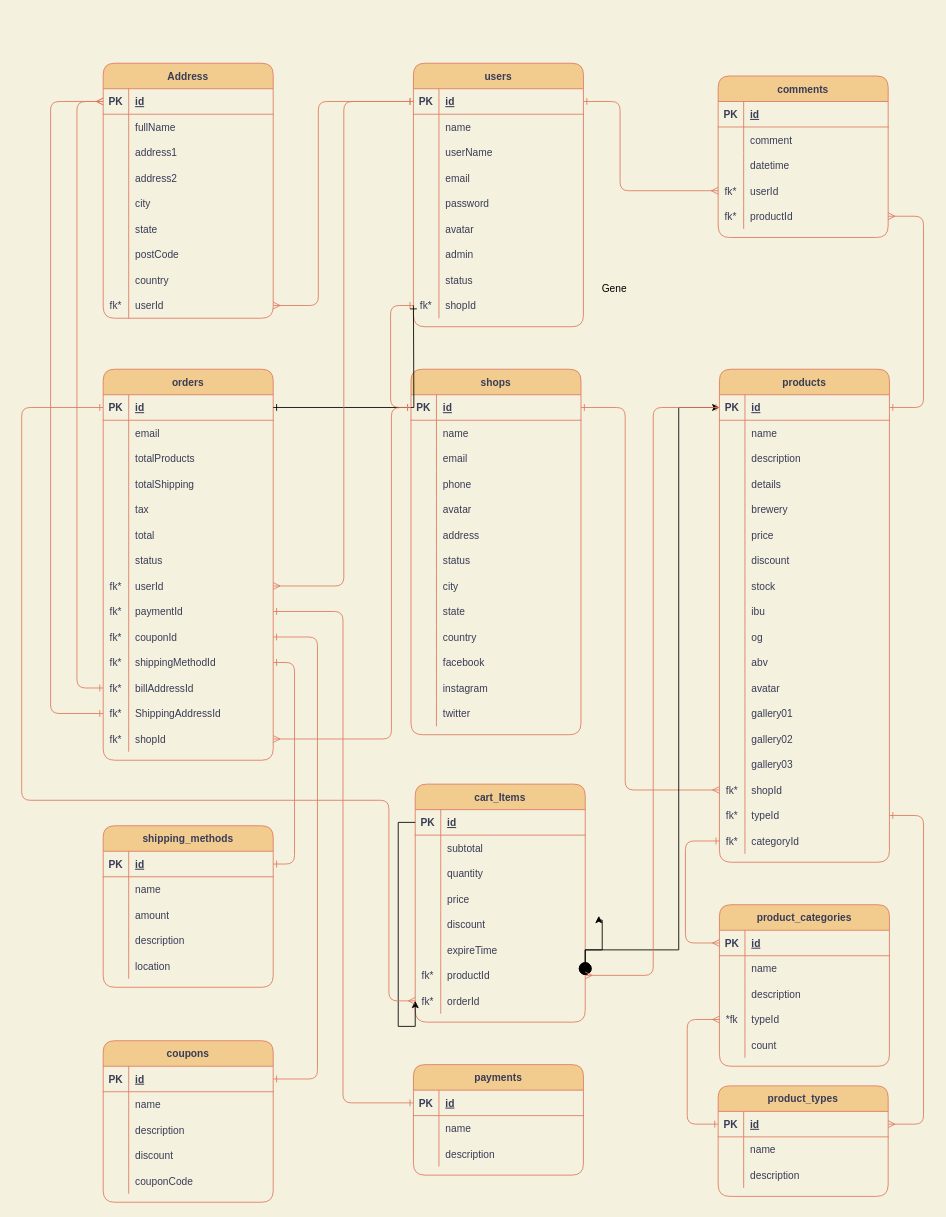
This is page "Page-1" (1 of 2) of database/model.drawio from 0920CDFSNCN27ARED/grupo-12, a draw.io file, before an edit. Source tidied: cells renumbered, new cells numbered last; positions are measured from the earlier drawing's top-left corner, leaving out a move shared by most shapes. Both pictures are drawn from the tidied source at 85%, with x=0, y=0 at pixel (21, 63).
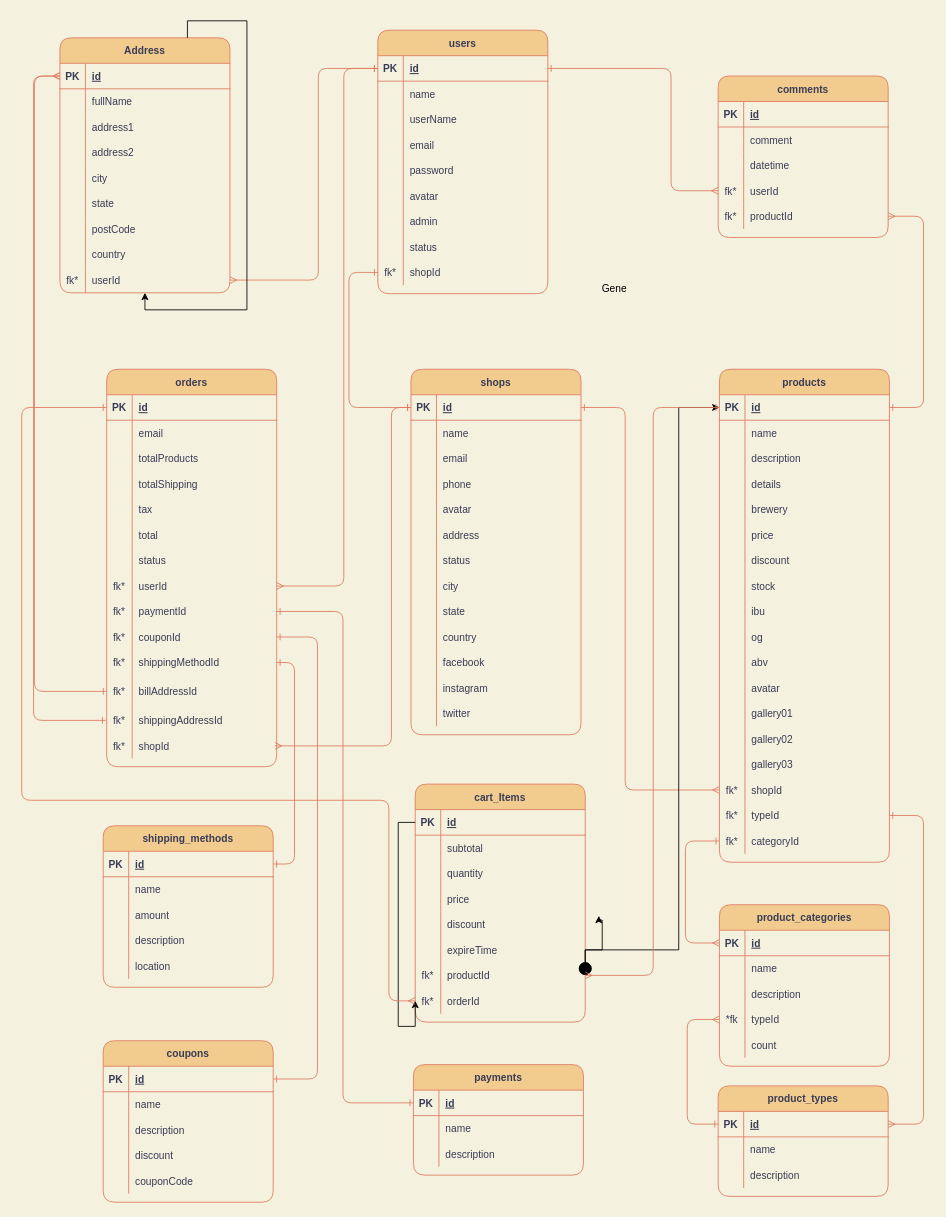
The same diagram, later.

Unchanged cells that the change refers to:
```xml
<mxCell id="3" style="shape=partialRectangle;fillColor=none;top=0;left=0;bottom=1;right=0;points=[[0,0.5],[1,0.5]];portConstraint=eastwest;rounded=1;strokeColor=#E07A5F;fontColor=#393C56;" parent="2" vertex="1">
  <mxGeometry y="30" width="200" height="30" as="geometry" />
</mxCell>
<mxCell id="27" style="shape=partialRectangle;fillColor=none;top=0;left=0;bottom=0;right=0;points=[[0,0.5],[1,0.5]];portConstraint=eastwest;rounded=1;strokeColor=#E07A5F;fontColor=#393C56;" parent="2" vertex="1">
  <mxGeometry y="270" width="200" height="30" as="geometry" />
</mxCell>
<mxCell id="40" style="shape=partialRectangle;fillColor=none;top=0;left=0;bottom=0;right=0;points=[[0,0.5],[1,0.5]];portConstraint=eastwest;rounded=1;strokeColor=#E07A5F;fontColor=#393C56;" parent="30" vertex="1">
  <mxGeometry y="120" width="200" height="30" as="geometry" />
</mxCell>
<mxCell id="102" style="shape=partialRectangle;fillColor=none;top=0;left=0;bottom=1;right=0;points=[[0,0.5],[1,0.5]];portConstraint=eastwest;rounded=1;strokeColor=#E07A5F;fontColor=#393C56;" parent="101" vertex="1">
  <mxGeometry y="30" width="200" height="30" as="geometry" />
</mxCell>
<mxCell id="123" style="shape=partialRectangle;fillColor=none;top=0;left=0;bottom=0;right=0;points=[[0,0.5],[1,0.5]];portConstraint=eastwest;rounded=1;strokeColor=#E07A5F;fontColor=#393C56;" parent="101" vertex="1">
  <mxGeometry y="240" width="200" height="30" as="geometry" />
</mxCell>
<mxCell id="247" style="shape=partialRectangle;fillColor=none;top=0;left=0;bottom=1;right=0;points=[[0,0.5],[1,0.5]];portConstraint=eastwest;rounded=1;strokeColor=#E07A5F;fontColor=#393C56;" parent="246" vertex="1">
  <mxGeometry y="30" width="200" height="30" as="geometry" />
</mxCell>
<mxCell id="295" style="shape=partialRectangle;fillColor=none;top=0;left=0;bottom=1;right=0;points=[[0,0.5],[1,0.5]];portConstraint=eastwest;rounded=1;strokeColor=#E07A5F;fontColor=#393C56;" parent="294" vertex="1">
  <mxGeometry y="30" width="200" height="30" as="geometry" />
</mxCell>
<mxCell id="319" style="shape=partialRectangle;fillColor=none;top=0;left=0;bottom=0;right=0;points=[[0,0.5],[1,0.5]];portConstraint=eastwest;rounded=1;strokeColor=#E07A5F;fontColor=#393C56;" parent="294" vertex="1">
  <mxGeometry y="270" width="200" height="30" as="geometry" />
</mxCell>
```

Diff of the diagram source:
```diff
@@
     <mxCell id="2" value="users" style="shape=table;startSize=30;childLayout=tableLayout;rowLines=0;fontStyle=1;align=center;rounded=1;fillColor=#F2CC8F;strokeColor=#E07A5F;fontColor=#393C56;" parent="1" vertex="1">
-      <mxGeometry x="460.9" y="-0.1" width="200" height="310" as="geometry" />
+      <mxGeometry x="419" y="-39" width="200" height="310" as="geometry" />
     </mxCell>
@@
     <mxCell id="101" value="orders" style="shape=table;startSize=30;childLayout=tableLayout;rowLines=0;fontStyle=1;align=center;rounded=1;fillColor=#F2CC8F;strokeColor=#E07A5F;fontColor=#393C56;" parent="1" vertex="1">
-      <mxGeometry x="95.9" y="359.9" width="200" height="460" as="geometry" />
+      <mxGeometry x="100" y="359.9" width="200" height="467.6" as="geometry" />
     </mxCell>
@@
     <mxCell id="135" style="shape=partialRectangle;fillColor=none;top=0;left=0;bottom=0;right=0;points=[[0,0.5],[1,0.5]];portConstraint=eastwest;rounded=1;strokeColor=#E07A5F;fontColor=#393C56;" parent="101" vertex="1">
-      <mxGeometry y="360" width="200" height="30" as="geometry" />
+      <mxGeometry y="360" width="200" height="38" as="geometry" />
     </mxCell>
     <mxCell id="136" value="fk*" style="shape=partialRectangle;fillColor=none;top=0;left=0;bottom=0;right=0;overflow=hidden;rounded=1;strokeColor=#E07A5F;fontColor=#393C56;" parent="135" vertex="1">
-      <mxGeometry width="30" height="30" as="geometry" />
+      <mxGeometry width="30" height="38" as="geometry" />
     </mxCell>
     <mxCell id="137" value="billAddressId" style="shape=partialRectangle;fillColor=none;top=0;left=0;bottom=0;right=0;align=left;spacingLeft=6;overflow=hidden;rounded=1;strokeColor=#E07A5F;fontColor=#393C56;" parent="135" vertex="1">
-      <mxGeometry x="30" width="170" height="30" as="geometry" />
+      <mxGeometry x="30" width="170" height="38" as="geometry" />
     </mxCell>
     <mxCell id="138" style="shape=partialRectangle;fillColor=none;top=0;left=0;bottom=0;right=0;points=[[0,0.5],[1,0.5]];portConstraint=eastwest;rounded=1;strokeColor=#E07A5F;fontColor=#393C56;" parent="101" vertex="1">
-      <mxGeometry y="390" width="200" height="30" as="geometry" />
+      <mxGeometry y="398" width="200" height="30" as="geometry" />
     </mxCell>
@@
-    <mxCell id="140" value="ShippingAddressId" style="shape=partialRectangle;fillColor=none;top=0;left=0;bottom=0;right=0;align=left;spacingLeft=6;overflow=hidden;rounded=1;strokeColor=#E07A5F;fontColor=#393C56;" parent="138" vertex="1">
+    <mxCell id="140" value="shippingAddressId" style="shape=partialRectangle;fillColor=none;top=0;left=0;bottom=0;right=0;align=left;spacingLeft=6;overflow=hidden;rounded=1;strokeColor=#E07A5F;fontColor=#393C56;" parent="138" vertex="1">
       <mxGeometry x="30" width="170" height="30" as="geometry" />
     </mxCell>
     <mxCell id="141" style="shape=partialRectangle;fillColor=none;top=0;left=0;bottom=0;right=0;points=[[0,0.5],[1,0.5]];portConstraint=eastwest;rounded=1;strokeColor=#E07A5F;fontColor=#393C56;" parent="101" vertex="1">
-      <mxGeometry y="420" width="200" height="30" as="geometry" />
+      <mxGeometry y="428" width="200" height="30" as="geometry" />
     </mxCell>
@@
     <mxCell id="233" style="edgeStyle=orthogonalEdgeStyle;jettySize=auto;html=1;exitX=1;exitY=0.5;exitDx=0;exitDy=0;entryX=0;entryY=0.5;entryDx=0;entryDy=0;startArrow=ERone;startFill=0;endArrow=ERmany;endFill=0;labelBackgroundColor=#F4F1DE;strokeColor=#E07A5F;fontColor=#393C56;" parent="1" edge="1" source="3" target="40">
       <mxGeometry relative="1" as="geometry">
         <Array as="points">
-          <mxPoint x="704" y="45" />
-          <mxPoint x="704" y="150" />
+          <mxPoint x="764" y="6" />
+          <mxPoint x="764" y="150" />
         </Array>
       </mxGeometry>
     </mxCell>
@@
     <mxCell id="287" style="edgeStyle=orthogonalEdgeStyle;rounded=1;jettySize=auto;html=1;entryX=0;entryY=0.5;entryDx=0;entryDy=0;startArrow=ERone;startFill=0;endArrow=ERone;endFill=0;labelBackgroundColor=#F4F1DE;strokeColor=#E07A5F;fontColor=#393C56;" parent="1" edge="1" source="27" target="247">
       <mxGeometry relative="1" as="geometry">
         <Array as="points">
-          <mxPoint x="434" y="285" />
-          <mxPoint x="434" y="405" />
+          <mxPoint x="385" y="246" />
+          <mxPoint x="385" y="405" />
         </Array>
       </mxGeometry>
     </mxCell>
@@
-    <mxCell id="292" style="edgeStyle=orthogonalEdgeStyle;rounded=0;jettySize=auto;html=1;exitX=0;exitY=0.5;exitDx=0;exitDy=0;entryX=1;entryY=0.5;entryDx=0;entryDy=0;startArrow=ERone;startFill=0;endArrow=ERone;endFill=0;" parent="1" edge="1" target="102">
-      <mxGeometry relative="1" as="geometry">
-        <mxPoint x="460.9" y="284.9" as="sourcePoint" />
-      </mxGeometry>
-    </mxCell>
     <mxCell id="293" style="edgeStyle=orthogonalEdgeStyle;rounded=1;jettySize=auto;html=1;startArrow=ERone;startFill=0;endArrow=ERmany;endFill=0;labelBackgroundColor=#F4F1DE;strokeColor=#E07A5F;fontColor=#393C56;exitX=0;exitY=0.5;exitDx=0;exitDy=0;entryX=1;entryY=0.5;entryDx=0;entryDy=0;" parent="1" edge="1" source="3" target="123">
       <mxGeometry relative="1" as="geometry">
         <Array as="points">
-          <mxPoint x="379" y="45" />
+          <mxPoint x="379" y="6" />
           <mxPoint x="379" y="615" />
         </Array>
       </mxGeometry>
     </mxCell>
     <mxCell id="294" value="Address" style="shape=table;startSize=30;childLayout=tableLayout;rowLines=0;fontStyle=1;align=center;rounded=1;fillColor=#F2CC8F;strokeColor=#E07A5F;fontColor=#393C56;" parent="1" vertex="1">
-      <mxGeometry x="95.9" y="-0.1" width="200" height="300" as="geometry" />
+      <mxGeometry x="45" y="-30" width="200" height="300" as="geometry" />
     </mxCell>
@@
     <mxCell id="322" style="edgeStyle=orthogonalEdgeStyle;jettySize=auto;html=1;startArrow=ERone;startFill=0;endArrow=ERmany;endFill=0;labelBackgroundColor=#F4F1DE;strokeColor=#E07A5F;fontColor=#393C56;exitX=0;exitY=0.5;exitDx=0;exitDy=0;entryX=1;entryY=0.5;entryDx=0;entryDy=0;" parent="1" edge="1" source="3" target="319">
       <mxGeometry relative="1" as="geometry">
         <Array as="points">
-          <mxPoint x="349" y="45" />
-          <mxPoint x="349" y="285" />
+          <mxPoint x="349" y="6" />
+          <mxPoint x="349" y="255" />
         </Array>
       </mxGeometry>
     </mxCell>
-    <mxCell id="323" style="edgeStyle=orthogonalEdgeStyle;jettySize=auto;html=1;startArrow=ERone;startFill=0;endArrow=ERmany;endFill=0;labelBackgroundColor=#F4F1DE;strokeColor=#E07A5F;fontColor=#393C56;exitX=0;exitY=0.5;exitDx=0;exitDy=0;entryX=0;entryY=0.5;entryDx=0;entryDy=0;" parent="1" edge="1" source="138" target="295">
+    <mxCell id="323" style="edgeStyle=orthogonalEdgeStyle;jettySize=auto;html=1;startArrow=ERone;startFill=0;endArrow=ERmany;endFill=0;labelBackgroundColor=#F4F1DE;strokeColor=#E07A5F;fontColor=#393C56;entryX=0;entryY=0.5;entryDx=0;entryDy=0;" parent="1" edge="1" target="295">
       <mxGeometry relative="1" as="geometry">
+        <mxPoint x="99" y="773" as="sourcePoint" />
         <Array as="points">
-          <mxPoint x="34" y="765" />
-          <mxPoint x="34" y="45" />
+          <mxPoint x="14" y="773" />
+          <mxPoint x="14" y="15" />
         </Array>
       </mxGeometry>
     </mxCell>
     <mxCell id="324" style="edgeStyle=orthogonalEdgeStyle;jettySize=auto;html=1;startArrow=ERone;startFill=0;endArrow=ERmany;endFill=0;labelBackgroundColor=#F4F1DE;strokeColor=#E07A5F;fontColor=#393C56;entryX=0;entryY=0.5;entryDx=0;entryDy=0;exitX=0;exitY=0.5;exitDx=0;exitDy=0;" parent="1" edge="1" source="135" target="295">
       <mxGeometry relative="1" as="geometry">
         <Array as="points">
-          <mxPoint x="65" y="735" />
-          <mxPoint x="65" y="45" />
+          <mxPoint x="15" y="739" />
+          <mxPoint x="15" y="15" />
         </Array>
       </mxGeometry>
     </mxCell>
@@
-    <mxCell id="327" style="edgeStyle=orthogonalEdgeStyle;jettySize=auto;html=1;startArrow=ERmany;startFill=0;endArrow=ERone;endFill=0;labelBackgroundColor=#F4F1DE;strokeColor=#E07A5F;fontColor=#393C56;entryX=0;entryY=0.5;entryDx=0;entryDy=0;exitX=1;exitY=0.5;exitDx=0;exitDy=0;" parent="1" edge="1" source="141" target="247">
+    <mxCell id="327" style="edgeStyle=orthogonalEdgeStyle;jettySize=auto;html=1;startArrow=ERmany;startFill=0;endArrow=ERone;endFill=0;labelBackgroundColor=#F4F1DE;strokeColor=#E07A5F;fontColor=#393C56;entryX=0;entryY=0.5;entryDx=0;entryDy=0;" parent="1" edge="1" target="247">
       <mxGeometry relative="1" as="geometry">
+        <mxPoint x="298" y="803" as="sourcePoint" />
         <Array as="points">
-          <mxPoint x="435" y="795" />
+          <mxPoint x="435" y="803" />
           <mxPoint x="435" y="405" />
         </Array>
       </mxGeometry>
     </mxCell>
+    <mxCell id="328" style="edgeStyle=orthogonalEdgeStyle;rounded=0;orthogonalLoop=1;jettySize=auto;html=1;exitX=0.75;exitY=0;exitDx=0;exitDy=0;" parent="1" edge="1" source="294" target="294">
+      <mxGeometry relative="1" as="geometry" />
+    </mxCell>
```
